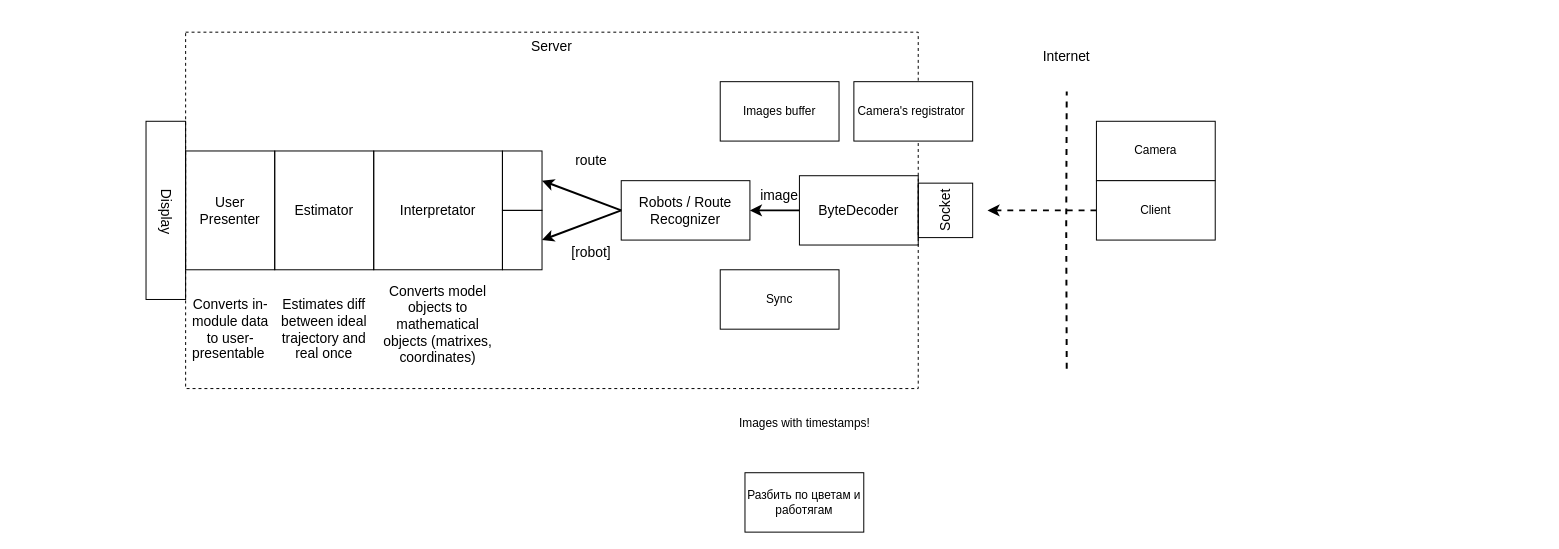
FinickyPrune/visual-monitoring keeps this draw.io diagram as scheme/ProjectScheme.drawio. Above is the earlier version. Source tidied: cells renumbered, new cells numbered last; positions are measured from the earlier drawing's top-left corner, leaving out a move shared by most shapes. Both pictures are drawn from the tidied source at 99%, with x=0, y=0 at pixel (75, 32).
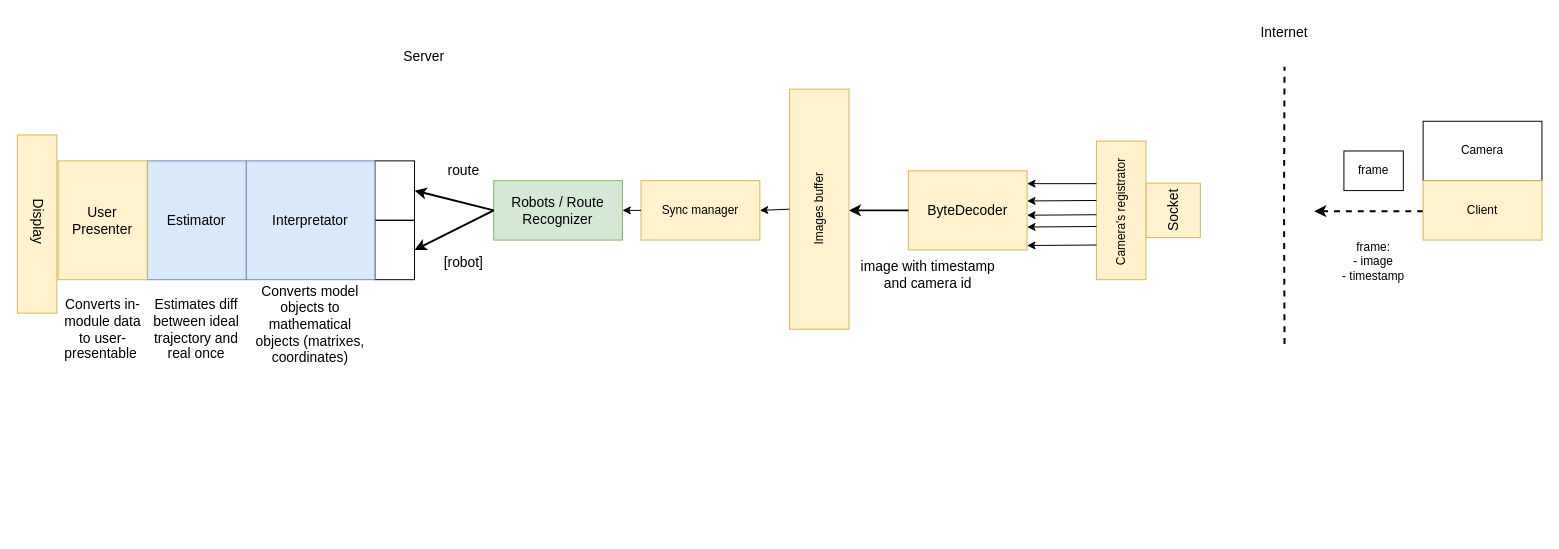
The same page after the edit.

Diff of the diagram source:
```diff
@@
     <mxCell id="2" value="Camera" style="rounded=0;whiteSpace=wrap;html=1;" parent="1" vertex="1">
-      <mxGeometry x="1031" y="90" width="120" height="60" as="geometry" />
+      <mxGeometry x="1361" y="90" width="120" height="60" as="geometry" />
     </mxCell>
     <mxCell id="3" style="endArrow=none;dashed=1;html=1;rounded=0;strokeWidth=2;" parent="1" edge="1">
       <mxGeometry relative="1" as="geometry">
-        <mxPoint x="1001" y="340" as="sourcePoint" />
-        <mxPoint x="1001" y="60" as="targetPoint" />
+        <mxPoint x="1221" y="315" as="sourcePoint" />
+        <mxPoint x="1221" y="35" as="targetPoint" />
         <Array as="points">
-          <mxPoint x="1000.5" y="196.2" />
+          <mxPoint x="1220.5" y="171.2" />
         </Array>
       </mxGeometry>
     </mxCell>
     <mxCell id="4" value="Internet" style="text;html=1;strokeColor=none;fillColor=none;align=center;verticalAlign=middle;whiteSpace=wrap;rounded=0;fontSize=14;" parent="1" vertex="1">
-      <mxGeometry x="971" y="10" width="60" height="30" as="geometry" />
+      <mxGeometry x="1191" y="-15" width="60" height="30" as="geometry" />
     </mxCell>
-    <mxCell id="5" value="Socket" style="whiteSpace=wrap;html=1;fontSize=14;fillColor=none;rotation=-90;" parent="1" vertex="1">
-      <mxGeometry x="851" y="152.5" width="55" height="55" as="geometry" />
+    <mxCell id="5" value="Socket" style="whiteSpace=wrap;html=1;fontSize=14;fillColor=#fff2cc;rotation=-90;strokeColor=#d6b656;" parent="1" vertex="1">
+      <mxGeometry x="1081" y="152.5" width="55" height="55" as="geometry" />
     </mxCell>
-    <mxCell id="6" style="whiteSpace=wrap;html=1;fontSize=14;dashed=1;fillColor=none;" parent="1" vertex="1">
-      <mxGeometry x="111" width="740" height="360" as="geometry" />
-    </mxCell>
     <mxCell id="7" value="Server" style="text;html=1;strokeColor=none;fillColor=none;align=center;verticalAlign=middle;whiteSpace=wrap;rounded=0;fontSize=14;" parent="1" vertex="1">
-      <mxGeometry x="451" width="60" height="30" as="geometry" />
+      <mxGeometry x="322.2" y="10" width="60" height="30" as="geometry" />
     </mxCell>
     <mxCell id="8" style="endArrow=classic;html=1;strokeWidth=2;fontSize=14;rounded=0;dashed=1;" parent="1" edge="1">
       <mxGeometry relative="1" as="geometry">
-        <mxPoint x="1031" y="180" as="sourcePoint" />
-        <mxPoint x="921" y="180" as="targetPoint" />
+        <mxPoint x="1361" y="180.8" as="sourcePoint" />
+        <mxPoint x="1251" y="180.8" as="targetPoint" />
         <Array as="points">
-          <mxPoint x="971" y="180" />
+          <mxPoint x="1301" y="180.8" />
         </Array>
       </mxGeometry>
     </mxCell>
-    <mxCell id="9" value="ByteDecoder" style="rounded=0;whiteSpace=wrap;html=1;fontSize=14;fillColor=none;" parent="1" vertex="1">
-      <mxGeometry x="731" y="145" width="120" height="70" as="geometry" />
+    <mxCell id="9" value="ByteDecoder" style="rounded=0;whiteSpace=wrap;html=1;fontSize=14;fillColor=#fff2cc;strokeColor=#d6b656;" parent="1" vertex="1">
+      <mxGeometry x="841" y="140" width="120" height="80" as="geometry" />
     </mxCell>
@@
-    <mxCell id="11" style="endArrow=classic;html=1;rounded=0;dashed=1;strokeWidth=2;fontSize=14;exitX=0;exitY=0.5;exitDx=0;exitDy=0;" parent="1" edge="1" source="9">
-      <mxGeometry relative="1" as="geometry">
-        <mxPoint x="731" y="180" as="targetPoint" />
-      </mxGeometry>
-    </mxCell>
-    <mxCell id="12" style="endArrow=classic;html=1;rounded=0;strokeWidth=2;fontSize=14;entryX=1;entryY=0.5;entryDx=0;entryDy=0;exitX=0;exitY=0.5;exitDx=0;exitDy=0;" parent="1" edge="1" source="9" target="13">
-      <mxGeometry relative="1" as="geometry" />
+    <mxCell id="12" style="endArrow=classic;html=1;rounded=0;strokeWidth=2;fontSize=14;exitX=0;exitY=0.5;exitDx=0;exitDy=0;" parent="1" edge="1" source="9">
+      <mxGeometry relative="1" as="geometry">
+        <mxPoint x="781" y="180" as="targetPoint" />
+      </mxGeometry>
     </mxCell>
-    <mxCell id="13" value="Robots&amp;nbsp;/ Route&lt;br&gt;Recognizer" style="rounded=0;whiteSpace=wrap;html=1;fontSize=14;fillColor=none;" parent="1" vertex="1">
-      <mxGeometry x="551" y="150" width="130" height="60" as="geometry" />
+    <mxCell id="13" value="Robots&amp;nbsp;/ Route&lt;br&gt;Recognizer" style="rounded=0;whiteSpace=wrap;html=1;fontSize=14;fillColor=#d5e8d4;strokeColor=#82b366;" parent="1" vertex="1">
+      <mxGeometry x="422.2" y="150" width="130" height="60" as="geometry" />
     </mxCell>
-    <mxCell id="14" value="image" style="text;html=1;strokeColor=none;fillColor=none;align=center;verticalAlign=middle;whiteSpace=wrap;rounded=0;fontSize=14;" parent="1" vertex="1">
-      <mxGeometry x="681" y="150" width="60" height="30" as="geometry" />
+    <mxCell id="14" value="image with timestamp and camera id" style="text;html=1;strokeColor=none;fillColor=none;align=center;verticalAlign=middle;whiteSpace=wrap;rounded=0;fontSize=14;rotation=0;" parent="1" vertex="1">
+      <mxGeometry x="781" y="230" width="160" height="30" as="geometry" />
     </mxCell>
@@
     <mxCell id="16" style="rounded=0;whiteSpace=wrap;html=1;fontSize=14;fillColor=none;" parent="1" vertex="1">
-      <mxGeometry x="431" y="120" width="40" height="60" as="geometry" />
+      <mxGeometry x="302.2" y="130" width="40" height="60" as="geometry" />
     </mxCell>
     <mxCell id="17" style="rounded=0;whiteSpace=wrap;html=1;fontSize=14;fillColor=none;" parent="1" vertex="1">
-      <mxGeometry x="431" y="180" width="40" height="60" as="geometry" />
+      <mxGeometry x="302.2" y="190" width="40" height="60" as="geometry" />
     </mxCell>
@@
     <mxCell id="19" value="[robot]" style="text;html=1;strokeColor=none;fillColor=none;align=center;verticalAlign=middle;whiteSpace=wrap;rounded=0;fontSize=14;" parent="1" vertex="1">
-      <mxGeometry x="491" y="207.5" width="60" height="30" as="geometry" />
+      <mxGeometry x="362.2" y="217.5" width="60" height="30" as="geometry" />
     </mxCell>
     <mxCell id="20" value="route" style="text;html=1;strokeColor=none;fillColor=none;align=center;verticalAlign=middle;whiteSpace=wrap;rounded=0;fontSize=14;" parent="1" vertex="1">
-      <mxGeometry x="491" y="115" width="60" height="30" as="geometry" />
+      <mxGeometry x="362.2" y="125" width="60" height="30" as="geometry" />
     </mxCell>
-    <mxCell id="21" value="Interpretator" style="rounded=0;whiteSpace=wrap;html=1;fontSize=14;fillColor=none;" parent="1" vertex="1">
-      <mxGeometry x="301" y="120" width="130" height="120" as="geometry" />
+    <mxCell id="21" value="Interpretator" style="rounded=0;whiteSpace=wrap;html=1;fontSize=14;fillColor=#dae8fc;strokeColor=#6c8ebf;" parent="1" vertex="1">
+      <mxGeometry x="172.2" y="130" width="130" height="120" as="geometry" />
     </mxCell>
     <mxCell id="22" value="Converts model objects to mathematical objects (matrixes, coordinates)" style="text;html=1;strokeColor=none;fillColor=none;align=center;verticalAlign=middle;whiteSpace=wrap;rounded=0;fontSize=14;" parent="1" vertex="1">
-      <mxGeometry x="301" y="240" width="130" height="110" as="geometry" />
+      <mxGeometry x="172.2" y="240" width="130" height="110" as="geometry" />
     </mxCell>
-    <mxCell id="23" style="rounded=0;whiteSpace=wrap;html=1;fontSize=14;fillColor=none;" parent="1" vertex="1">
-      <mxGeometry x="201" y="120" width="100" height="120" as="geometry" />
+    <mxCell id="23" style="rounded=0;whiteSpace=wrap;html=1;fontSize=14;fillColor=#dae8fc;strokeColor=#6c8ebf;" parent="1" vertex="1">
+      <mxGeometry x="72.2" y="130" width="100" height="120" as="geometry" />
     </mxCell>
     <mxCell id="24" value="Estimator" style="text;html=1;strokeColor=none;fillColor=none;align=center;verticalAlign=middle;whiteSpace=wrap;rounded=0;fontSize=14;" parent="1" vertex="1">
-      <mxGeometry x="221" y="165" width="60" height="30" as="geometry" />
+      <mxGeometry x="92.2" y="175" width="60" height="30" as="geometry" />
     </mxCell>
     <mxCell id="25" value="Estimates diff between ideal trajectory and real once" style="text;html=1;strokeColor=none;fillColor=none;align=center;verticalAlign=middle;whiteSpace=wrap;rounded=0;fontSize=14;" parent="1" vertex="1">
-      <mxGeometry x="201" y="260" width="100" height="80" as="geometry" />
+      <mxGeometry x="72.2" y="260" width="100" height="80" as="geometry" />
     </mxCell>
-    <mxCell id="26" value="User&lt;br&gt;Presenter" style="rounded=0;whiteSpace=wrap;html=1;fontSize=14;fillColor=none;" parent="1" vertex="1">
-      <mxGeometry x="111" y="120" width="90" height="120" as="geometry" />
+    <mxCell id="26" value="User&lt;br&gt;Presenter" style="rounded=0;whiteSpace=wrap;html=1;fontSize=14;fillColor=#fff2cc;strokeColor=#d6b656;" parent="1" vertex="1">
+      <mxGeometry x="-17.8" y="130" width="90" height="120" as="geometry" />
     </mxCell>
-    <mxCell id="27" style="rounded=0;whiteSpace=wrap;html=1;fontSize=14;fillColor=none;" parent="1" vertex="1">
-      <mxGeometry x="71" y="90" width="40" height="180" as="geometry" />
+    <mxCell id="27" style="rounded=0;whiteSpace=wrap;html=1;fontSize=14;fillColor=#fff2cc;strokeColor=#d6b656;" parent="1" vertex="1">
+      <mxGeometry x="-59" y="103.8" width="40" height="180" as="geometry" />
     </mxCell>
     <mxCell id="28" value="Display" style="text;html=1;strokeColor=none;fillColor=none;align=center;verticalAlign=middle;whiteSpace=wrap;rounded=0;fontSize=14;rotation=90;" parent="1" vertex="1">
-      <mxGeometry x="-0.2" y="166.2" width="182.5" height="30" as="geometry" />
+      <mxGeometry x="-129" y="176.2" width="182.5" height="30" as="geometry" />
     </mxCell>
     <mxCell id="29" value="Converts in-module data to user-presentable&amp;nbsp;" style="text;html=1;strokeColor=none;fillColor=none;align=center;verticalAlign=middle;whiteSpace=wrap;rounded=0;fontSize=14;" parent="1" vertex="1">
-      <mxGeometry x="122.2" y="260" width="68.8" height="80" as="geometry" />
+      <mxGeometry x="-7.1" y="260" width="68.8" height="80" as="geometry" />
     </mxCell>
-    <mxCell id="30" value="Client" style="rounded=0;whiteSpace=wrap;html=1;" parent="1" vertex="1">
-      <mxGeometry x="1031" y="150" width="120" height="60" as="geometry" />
+    <mxCell id="30" value="Client" style="rounded=0;whiteSpace=wrap;html=1;fillColor=#fff2cc;strokeColor=#d6b656;" parent="1" vertex="1">
+      <mxGeometry x="1361" y="150" width="120" height="60" as="geometry" />
     </mxCell>
-    <mxCell id="31" value="Camera's registrator&amp;nbsp;" style="rounded=0;whiteSpace=wrap;html=1;" parent="1" vertex="1">
-      <mxGeometry x="786" y="50" width="120" height="60" as="geometry" />
+    <mxCell id="31" value="Camera's registrator&amp;nbsp;" style="rounded=0;whiteSpace=wrap;html=1;rotation=-90;fillColor=#fff2cc;strokeColor=#d6b656;" parent="1" vertex="1">
+      <mxGeometry x="986" y="155" width="140" height="50" as="geometry" />
     </mxCell>
-    <mxCell id="32" value="Images buffer" style="rounded=0;whiteSpace=wrap;html=1;" parent="1" vertex="1">
-      <mxGeometry x="651" y="50" width="120" height="60" as="geometry" />
+    <mxCell id="32" value="Images buffer" style="rounded=0;whiteSpace=wrap;html=1;rotation=-90;fillColor=#fff2cc;strokeColor=#d6b656;" parent="1" vertex="1">
+      <mxGeometry x="629.8" y="148.8" width="242.5" height="60" as="geometry" />
     </mxCell>
-    <mxCell id="33" value="Sync" style="rounded=0;whiteSpace=wrap;html=1;" parent="1" vertex="1">
-      <mxGeometry x="651" y="240" width="120" height="60" as="geometry" />
+    <mxCell id="33" value="Sync manager" style="rounded=0;whiteSpace=wrap;html=1;rotation=0;fillColor=#fff2cc;strokeColor=#d6b656;" parent="1" vertex="1">
+      <mxGeometry x="571" y="150" width="120" height="60" as="geometry" />
     </mxCell>
-    <mxCell id="34" value="Images with timestamps!" style="text;html=1;align=center;verticalAlign=middle;strokeColor=none;fillColor=none;" parent="1" vertex="1">
-      <mxGeometry x="656" y="380" width="160" height="30" as="geometry" />
-    </mxCell>
-    <mxCell id="35" value="Разбить по цветам и работягам" style="rounded=0;whiteSpace=wrap;html=1;" parent="1" vertex="1">
-      <mxGeometry x="676" y="445" width="120" height="60" as="geometry" />
-    </mxCell>
+    <mxCell id="36" value="frame" style="rounded=0;whiteSpace=wrap;html=1;" parent="1" vertex="1">
+      <mxGeometry x="1281" y="120" width="60" height="40" as="geometry" />
+    </mxCell>
+    <mxCell id="37" value="frame:&lt;br&gt;- image&lt;br&gt;- timestamp" style="text;html=1;strokeColor=none;fillColor=none;align=center;verticalAlign=middle;whiteSpace=wrap;rounded=0;" parent="1" vertex="1">
+      <mxGeometry x="1261" y="180" width="100" height="103.8" as="geometry" />
+    </mxCell>
+    <mxCell id="38" style="endArrow=classic;html=1;rounded=0;" parent="1" edge="1">
+      <mxGeometry relative="1" as="geometry">
+        <mxPoint x="1031" y="153" as="sourcePoint" />
+        <mxPoint x="961" y="153" as="targetPoint" />
+      </mxGeometry>
+    </mxCell>
+    <mxCell id="39" style="endArrow=classic;html=1;rounded=0;exitX=0.75;exitY=0;exitDx=0;exitDy=0;" parent="1" edge="1">
+      <mxGeometry relative="1" as="geometry">
+        <mxPoint x="1031" y="170" as="sourcePoint" />
+        <mxPoint x="961" y="170.5" as="targetPoint" />
+      </mxGeometry>
+    </mxCell>
+    <mxCell id="40" style="endArrow=classic;html=1;rounded=0;exitX=0.75;exitY=0;exitDx=0;exitDy=0;" parent="1" edge="1">
+      <mxGeometry relative="1" as="geometry">
+        <mxPoint x="1031" y="184.4" as="sourcePoint" />
+        <mxPoint x="961" y="184.9" as="targetPoint" />
+      </mxGeometry>
+    </mxCell>
+    <mxCell id="41" style="endArrow=classic;html=1;rounded=0;exitX=0.75;exitY=0;exitDx=0;exitDy=0;" parent="1" edge="1">
+      <mxGeometry relative="1" as="geometry">
+        <mxPoint x="1031" y="196.3" as="sourcePoint" />
+        <mxPoint x="961" y="196.8" as="targetPoint" />
+      </mxGeometry>
+    </mxCell>
+    <mxCell id="42" style="endArrow=classic;html=1;rounded=0;exitX=0.75;exitY=0;exitDx=0;exitDy=0;" parent="1" edge="1">
+      <mxGeometry relative="1" as="geometry">
+        <mxPoint x="1031" y="215" as="sourcePoint" />
+        <mxPoint x="961" y="215.5" as="targetPoint" />
+      </mxGeometry>
+    </mxCell>
+    <mxCell id="43" style="endArrow=classic;html=1;rounded=0;exitX=0.5;exitY=0;exitDx=0;exitDy=0;entryX=1;entryY=0.5;entryDx=0;entryDy=0;" parent="1" edge="1" source="32" target="33">
+      <mxGeometry relative="1" as="geometry" />
+    </mxCell>
+    <mxCell id="44" style="endArrow=classic;html=1;rounded=0;exitX=0;exitY=0.5;exitDx=0;exitDy=0;entryX=1;entryY=0.5;entryDx=0;entryDy=0;" parent="1" edge="1" source="33" target="13">
+      <mxGeometry relative="1" as="geometry" />
+    </mxCell>
```
